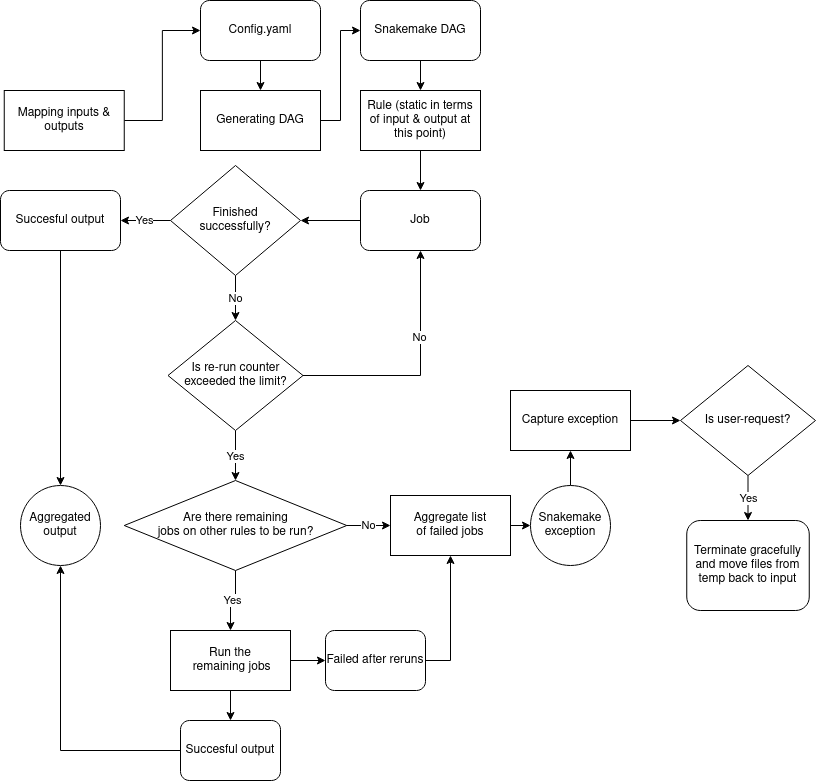
Before: notes/architect.drawio.png, a diagram exported from draw.io (NMRL/Ardetype). Source tidied: cells renumbered, new cells last; positions are measured from the earlier drawing's top-left corner, leaving out a move shared by most shapes.
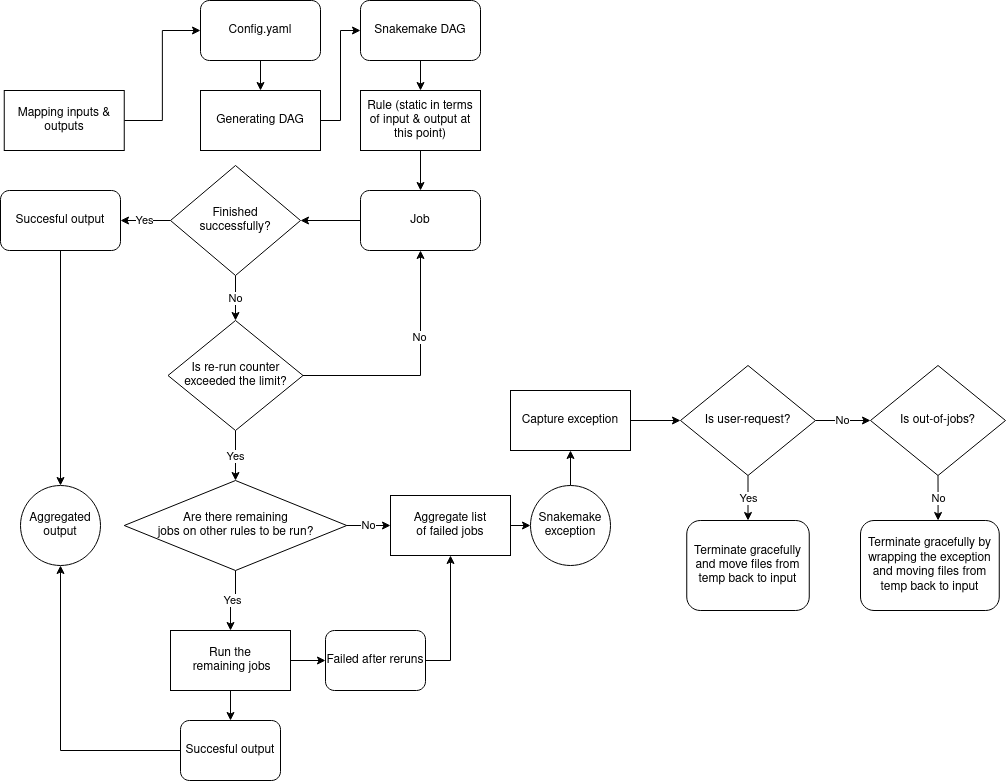
Above is the later version.

The edit, as a diff of the source:
```diff
@@ -121,11 +121,25 @@
     <mxCell id="40" value="&lt;div&gt;Yes&lt;/div&gt;" style="edgeStyle=orthogonalEdgeStyle;rounded=0;jettySize=auto;html=1;exitX=0.5;exitY=1;exitDx=0;exitDy=0;entryX=0.5;entryY=0;entryDx=0;entryDy=0;" parent="1" edge="1" source="41" target="42">
       <mxGeometry relative="1" as="geometry" />
     </mxCell>
+    <mxCell id="43" value="No" style="edgeStyle=orthogonalEdgeStyle;rounded=0;jettySize=auto;html=1;exitX=1;exitY=0.5;exitDx=0;exitDy=0;entryX=0;entryY=0.5;entryDx=0;entryDy=0;" parent="1" edge="1" source="41" target="45">
+      <mxGeometry relative="1" as="geometry" />
+    </mxCell>
     <mxCell id="41" value="Is user-request?" style="rhombus;whiteSpace=wrap;html=1;" parent="1" vertex="1">
       <mxGeometry x="680" y="365" width="135" height="110" as="geometry" />
     </mxCell>
     <mxCell id="42" value="Terminate gracefully and move files from temp back to input" style="rounded=1;whiteSpace=wrap;html=1;" parent="1" vertex="1">
       <mxGeometry x="686.2" y="520" width="122.5" height="90" as="geometry" />
     </mxCell>
+    <mxCell id="44" value="No" style="edgeStyle=orthogonalEdgeStyle;rounded=0;jettySize=auto;html=1;exitX=0.5;exitY=1;exitDx=0;exitDy=0;" parent="1" edge="1" source="45">
+      <mxGeometry relative="1" as="geometry">
+        <mxPoint x="937.6" y="520" as="targetPoint" />
+      </mxGeometry>
+    </mxCell>
+    <mxCell id="45" value="Is out-of-jobs?" style="rhombus;whiteSpace=wrap;html=1;" parent="1" vertex="1">
+      <mxGeometry x="870" y="365" width="135" height="110" as="geometry" />
+    </mxCell>
+    <mxCell id="46" value="Terminate gracefully by wrapping the exception and moving files from temp back to input" style="rounded=1;whiteSpace=wrap;html=1;" parent="1" vertex="1">
+      <mxGeometry x="860" y="520" width="138.8" height="90" as="geometry" />
+    </mxCell>
   </root>
 </mxGraphModel>
```
